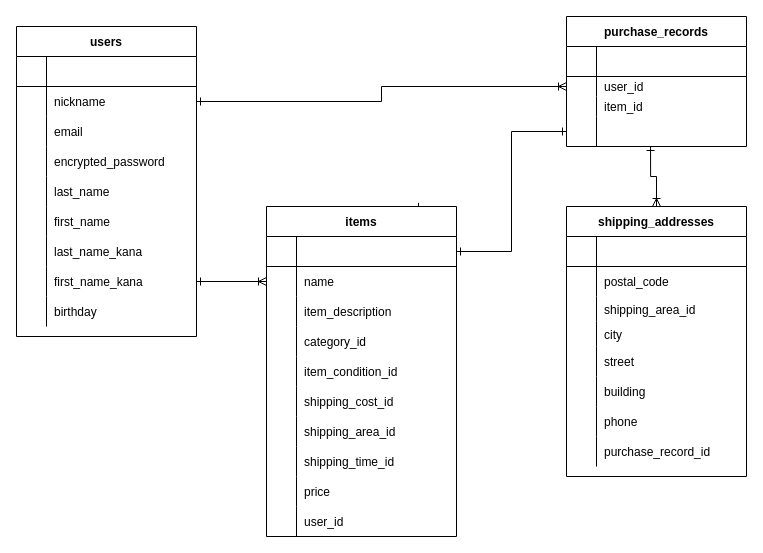
Earlier version of the draw.io diagram ER.dio (omokun/furima-36222). Source tidied: cells renumbered, new cells numbered last; positions are measured from the earlier drawing's top-left corner, leaving out a move shared by most shapes. Both pictures are drawn from the tidied source at 100%, with x=0, y=0 at pixel (16, 16).
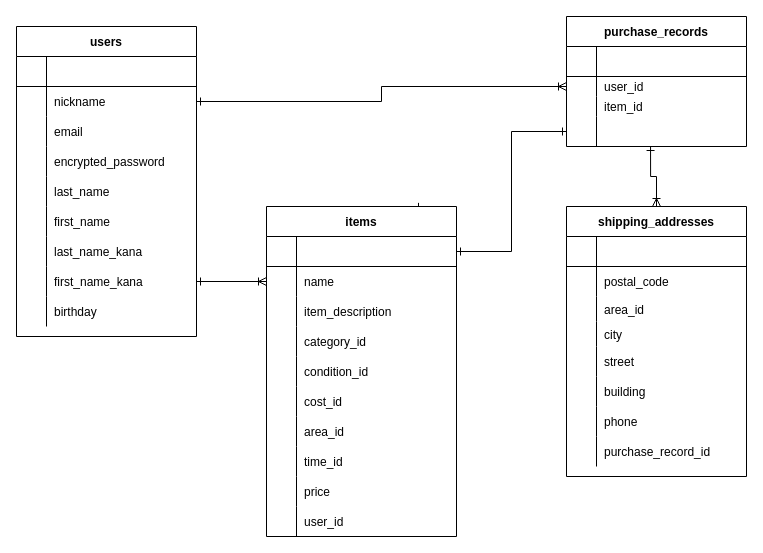
The same page after the edit.

Commit message (it also covers changes not shown here):
レビュー再々訂正

The change refers to these unchanged cells:
```xml
<mxCell id="56" style="shape=partialRectangle;fillColor=none;top=0;left=0;bottom=0;right=0;" parent="43" vertex="1">
  <mxGeometry y="150" width="190" height="30" as="geometry" />
</mxCell>
<mxCell id="59" style="shape=partialRectangle;fillColor=none;top=0;left=0;bottom=0;right=0;" parent="43" vertex="1">
  <mxGeometry y="180" width="190" height="30" as="geometry" />
</mxCell>
<mxCell id="62" style="shape=partialRectangle;fillColor=none;top=0;left=0;bottom=0;right=0;" parent="43" vertex="1">
  <mxGeometry y="210" width="190" height="30" as="geometry" />
</mxCell>
<mxCell id="65" style="shape=partialRectangle;fillColor=none;top=0;left=0;bottom=0;right=0;" parent="43" vertex="1">
  <mxGeometry y="240" width="190" height="30" as="geometry" />
</mxCell>
<mxCell id="82" style="shape=partialRectangle;fillColor=none;top=0;left=0;bottom=0;right=0;" parent="75" vertex="1">
  <mxGeometry y="90" width="180" height="25" as="geometry" />
</mxCell>
```

What changed in the source:
```diff
@@
-    <mxCell id="58" value="item_condition_id" style="shape=partialRectangle;fillColor=none;top=0;left=0;bottom=0;right=0;align=left;spacingLeft=6;overflow=hidden;" parent="56" vertex="1">
+    <mxCell id="58" value="condition_id" style="shape=partialRectangle;fillColor=none;top=0;left=0;bottom=0;right=0;align=left;spacingLeft=6;overflow=hidden;" parent="56" vertex="1">
       <mxGeometry x="30" width="160" height="30" as="geometry" />
     </mxCell>
@@
-    <mxCell id="61" value="shipping_cost_id" style="shape=partialRectangle;fillColor=none;top=0;left=0;bottom=0;right=0;align=left;spacingLeft=6;overflow=hidden;" parent="59" vertex="1">
+    <mxCell id="61" value="cost_id" style="shape=partialRectangle;fillColor=none;top=0;left=0;bottom=0;right=0;align=left;spacingLeft=6;overflow=hidden;" parent="59" vertex="1">
       <mxGeometry x="30" width="160" height="30" as="geometry" />
     </mxCell>
@@
-    <mxCell id="64" value="shipping_area_id" style="shape=partialRectangle;fillColor=none;top=0;left=0;bottom=0;right=0;align=left;spacingLeft=6;overflow=hidden;" parent="62" vertex="1">
+    <mxCell id="64" value="area_id" style="shape=partialRectangle;fillColor=none;top=0;left=0;bottom=0;right=0;align=left;spacingLeft=6;overflow=hidden;" parent="62" vertex="1">
       <mxGeometry x="30" width="160" height="30" as="geometry" />
     </mxCell>
@@
-    <mxCell id="67" value="shipping_time_id" style="shape=partialRectangle;fillColor=none;top=0;left=0;bottom=0;right=0;align=left;spacingLeft=6;overflow=hidden;" parent="65" vertex="1">
+    <mxCell id="67" value="time_id" style="shape=partialRectangle;fillColor=none;top=0;left=0;bottom=0;right=0;align=left;spacingLeft=6;overflow=hidden;" parent="65" vertex="1">
       <mxGeometry x="30" width="160" height="30" as="geometry" />
     </mxCell>
@@
-    <mxCell id="84" value="shipping_area_id" style="shape=partialRectangle;fillColor=none;top=0;left=0;bottom=0;right=0;align=left;spacingLeft=6;overflow=hidden;" parent="82" vertex="1">
+    <mxCell id="84" value="area_id" style="shape=partialRectangle;fillColor=none;top=0;left=0;bottom=0;right=0;align=left;spacingLeft=6;overflow=hidden;" parent="82" vertex="1">
       <mxGeometry x="30" width="150" height="25" as="geometry" />
     </mxCell>
```
